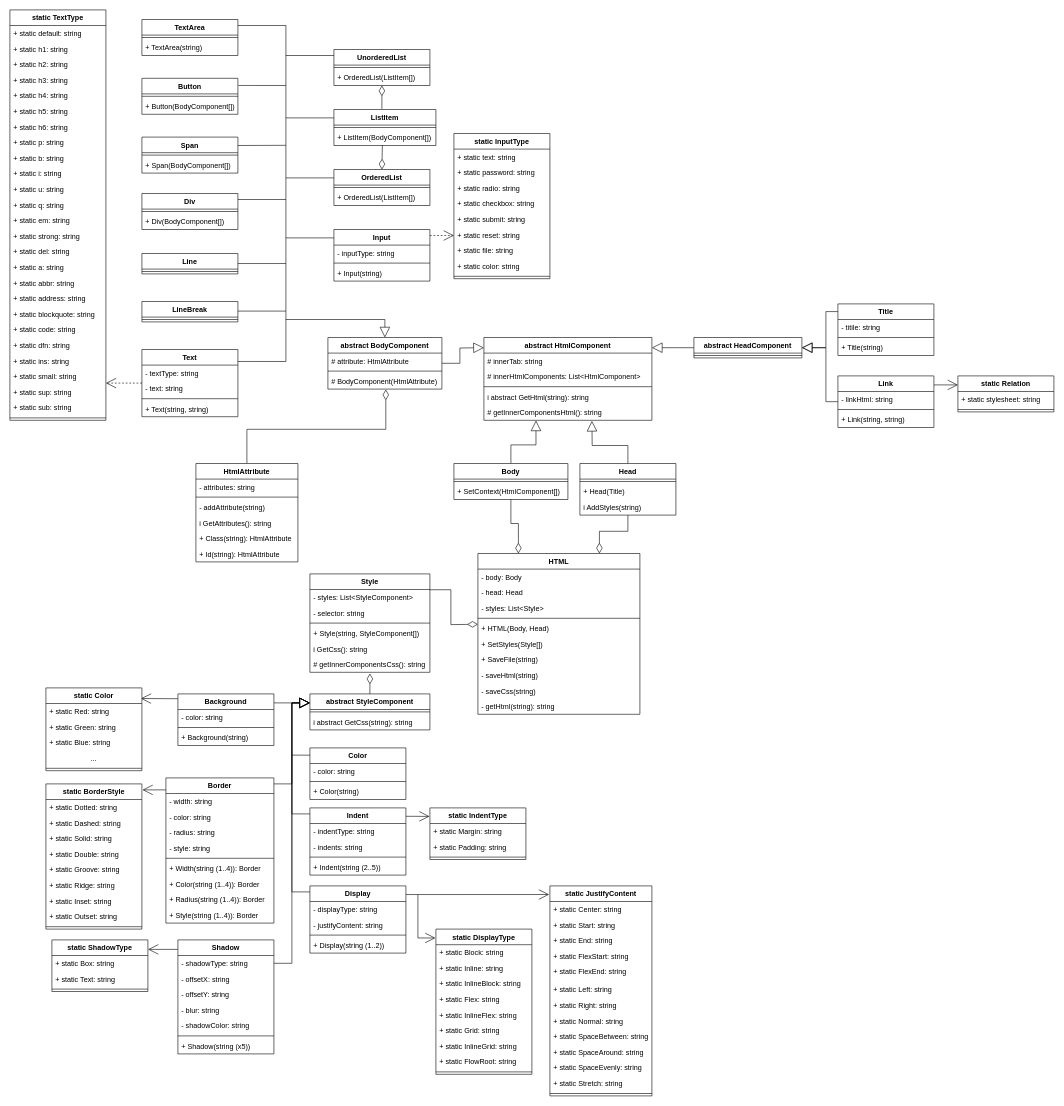
This is Class structure.drawio from Vitaly05/html-creator-library, a draw.io file, before an edit. Source tidied: cells renumbered, new cells numbered last; positions are measured from the earlier drawing's top-left corner, leaving out a move shared by most shapes. Both pictures are drawn from the tidied source at 60%, with x=0, y=0 at pixel (10, 10).
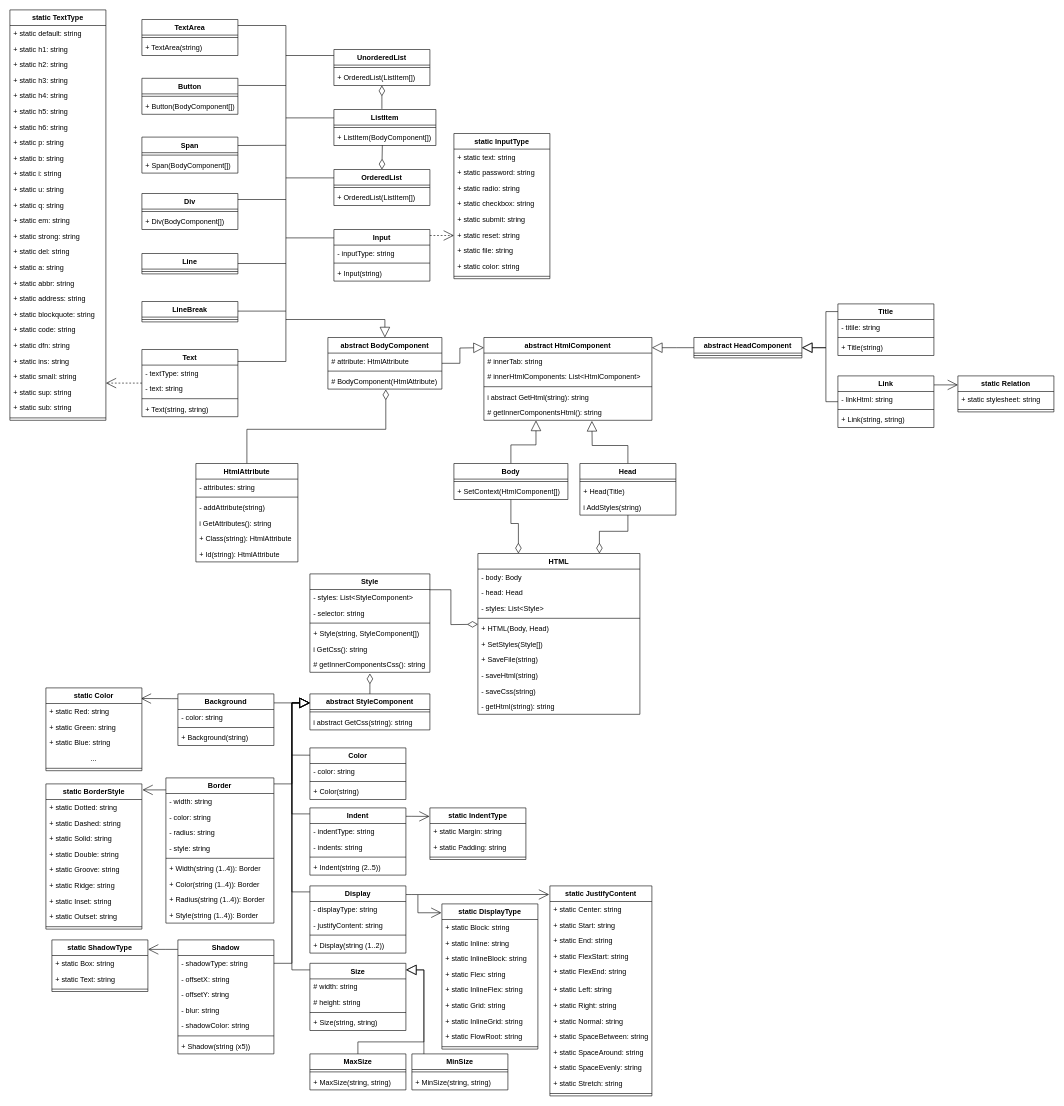
The same page after the edit.

Commit message (it also covers changes not shown here):
Added Size (width and height), MaxSize and MinSize

The change refers to these unchanged cells:
```xml
<mxCell id="160" value="abstract StyleComponent" style="swimlane;fontStyle=1;align=center;verticalAlign=top;horizontal=1;startSize=26;" parent="1" vertex="1">
  <mxGeometry x="500" y="1140" width="200" height="60" as="geometry" />
</mxCell>
```

Change to the diagram source:
```diff
@@
     <mxCell id="231" value="static DisplayType" style="swimlane;fontStyle=1;align=center;verticalAlign=top;horizontal=1;startSize=26;" parent="1" vertex="1">
-      <mxGeometry x="710" y="1532" width="160" height="242" as="geometry" />
+      <mxGeometry x="720" y="1490" width="160" height="242" as="geometry" />
     </mxCell>
@@
+    <mxCell id="256" style="edgeStyle=orthogonalEdgeStyle;rounded=0;jettySize=auto;html=1;entryX=0;entryY=0.25;entryDx=0;entryDy=0;endArrow=block;endFill=0;endSize=15;" parent="1" edge="1" source="257" target="160">
+      <mxGeometry relative="1" as="geometry">
+        <Array as="points">
+          <mxPoint x="470" y="1600" />
+          <mxPoint x="470" y="1155" />
+        </Array>
+      </mxGeometry>
+    </mxCell>
+    <mxCell id="257" value="Size" style="swimlane;fontStyle=1;align=center;verticalAlign=top;horizontal=1;startSize=26;" parent="1" vertex="1">
+      <mxGeometry x="500" y="1589" width="160" height="112" as="geometry" />
+    </mxCell>
+    <mxCell id="258" value="# width: string" style="text;strokeColor=none;fillColor=none;align=left;verticalAlign=top;spacingLeft=4;spacingRight=4;overflow=hidden;" parent="257" vertex="1">
+      <mxGeometry y="26" width="160" height="26" as="geometry" />
+    </mxCell>
+    <mxCell id="259" value="# height: string" style="text;strokeColor=none;fillColor=none;align=left;verticalAlign=top;spacingLeft=4;spacingRight=4;overflow=hidden;" parent="257" vertex="1">
+      <mxGeometry y="52" width="160" height="26" as="geometry" />
+    </mxCell>
+    <mxCell id="260" style="line;strokeWidth=1;fillColor=none;align=left;verticalAlign=middle;spacingTop=-1;spacingLeft=3;spacingRight=3;labelPosition=right;" parent="257" vertex="1">
+      <mxGeometry y="78" width="160" height="8" as="geometry" />
+    </mxCell>
+    <mxCell id="261" value="+ Size(string, string)" style="text;strokeColor=none;fillColor=none;align=left;verticalAlign=top;spacingLeft=4;spacingRight=4;overflow=hidden;" parent="257" vertex="1">
+      <mxGeometry y="86" width="160" height="26" as="geometry" />
+    </mxCell>
+    <mxCell id="262" style="edgeStyle=orthogonalEdgeStyle;rounded=0;jettySize=auto;html=1;entryX=1;entryY=0.098;entryDx=0;entryDy=0;entryPerimeter=0;endArrow=block;endFill=0;endSize=15;" parent="1" edge="1" source="263" target="257">
+      <mxGeometry relative="1" as="geometry" />
+    </mxCell>
+    <mxCell id="263" value="MaxSize" style="swimlane;fontStyle=1;align=center;verticalAlign=top;horizontal=1;startSize=26;" parent="1" vertex="1">
+      <mxGeometry x="500" y="1740" width="160" height="60" as="geometry" />
+    </mxCell>
+    <mxCell id="264" style="line;strokeWidth=1;fillColor=none;align=left;verticalAlign=middle;spacingTop=-1;spacingLeft=3;spacingRight=3;labelPosition=right;" parent="263" vertex="1">
+      <mxGeometry y="26" width="160" height="8" as="geometry" />
+    </mxCell>
+    <mxCell id="265" value="+ MaxSize(string, string)" style="text;strokeColor=none;fillColor=none;align=left;verticalAlign=top;spacingLeft=4;spacingRight=4;overflow=hidden;" parent="263" vertex="1">
+      <mxGeometry y="34" width="160" height="26" as="geometry" />
+    </mxCell>
+    <mxCell id="266" style="edgeStyle=orthogonalEdgeStyle;rounded=0;jettySize=auto;html=1;entryX=1.002;entryY=0.098;entryDx=0;entryDy=0;entryPerimeter=0;endArrow=block;endFill=0;endSize=15;" parent="1" edge="1" source="267" target="257">
+      <mxGeometry relative="1" as="geometry">
+        <Array as="points">
+          <mxPoint x="690" y="1600" />
+        </Array>
+      </mxGeometry>
+    </mxCell>
+    <mxCell id="267" value="MinSize" style="swimlane;fontStyle=1;align=center;verticalAlign=top;horizontal=1;startSize=26;" parent="1" vertex="1">
+      <mxGeometry x="670" y="1740" width="160" height="60" as="geometry" />
+    </mxCell>
+    <mxCell id="268" style="line;strokeWidth=1;fillColor=none;align=left;verticalAlign=middle;spacingTop=-1;spacingLeft=3;spacingRight=3;labelPosition=right;" parent="267" vertex="1">
+      <mxGeometry y="26" width="160" height="8" as="geometry" />
+    </mxCell>
+    <mxCell id="269" value="+ MinSize(string, string)" style="text;strokeColor=none;fillColor=none;align=left;verticalAlign=top;spacingLeft=4;spacingRight=4;overflow=hidden;" parent="267" vertex="1">
+      <mxGeometry y="34" width="160" height="26" as="geometry" />
+    </mxCell>
```
